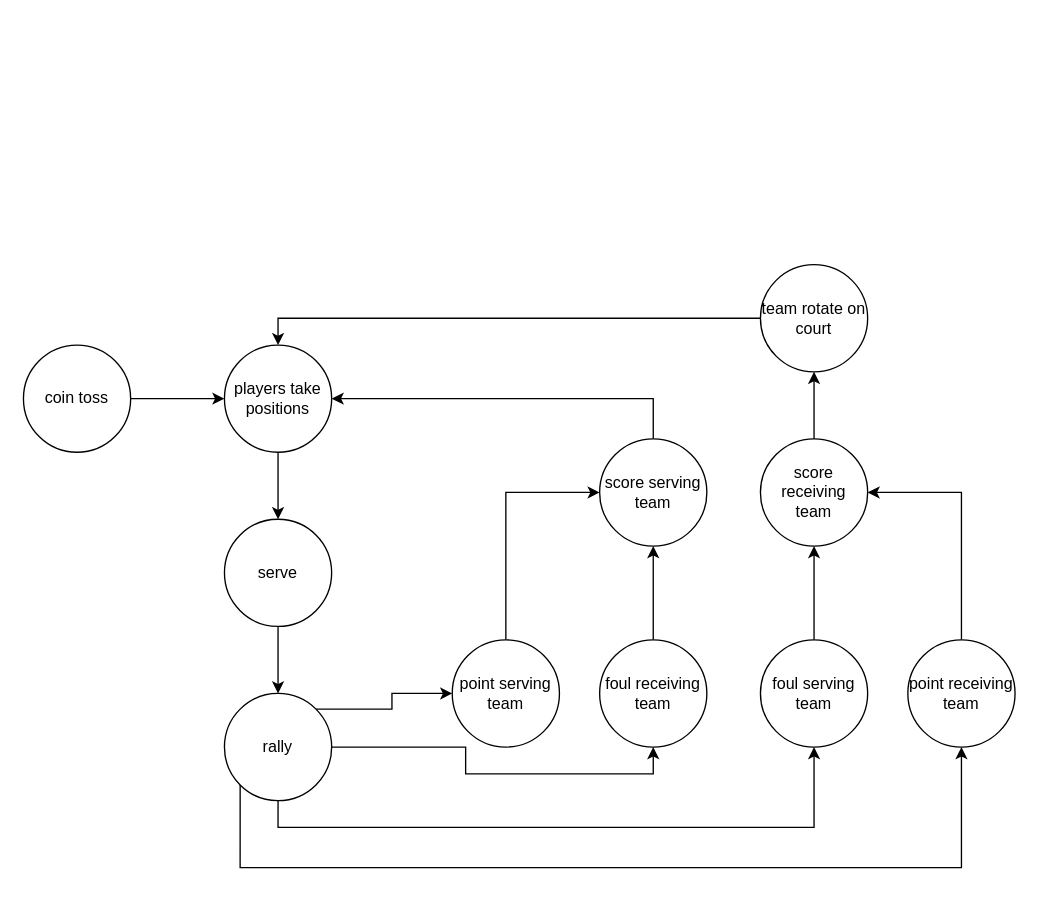
The draw.io diagram Project/Documentation/Diagrams/game.drawio in mikymaione/Folie, before the edit. Source tidied: cells renumbered, new cells numbered last; positions are measured from the earlier drawing's top-left corner, leaving out a move shared by most shapes. Both pictures are drawn from the tidied source at 134%, with x=0, y=0 at pixel (23, 264).
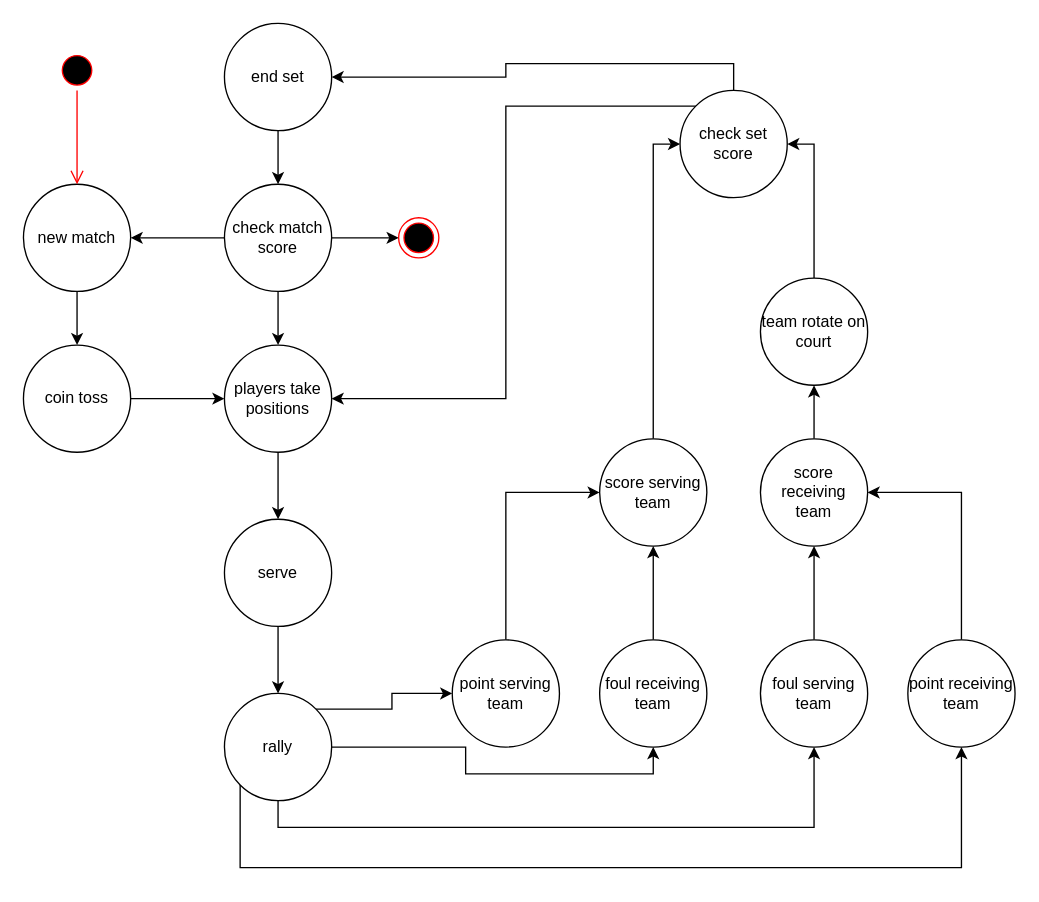
After the change.

Commit message (it also covers changes not shown here):
game diagram

Unchanged cells that the change refers to:
```xml
<mxCell id="3" value="coin toss" style="ellipse;whiteSpace=wrap;html=1;" parent="1" vertex="1">
  <mxGeometry y="60" width="80" height="80" as="geometry" />
</mxCell>
<mxCell id="5" value="players take positions" style="ellipse;whiteSpace=wrap;html=1;" parent="1" vertex="1">
  <mxGeometry x="150" y="60" width="80" height="80" as="geometry" />
</mxCell>
<mxCell id="16" value="score serving team" style="ellipse;whiteSpace=wrap;html=1;" parent="1" vertex="1">
  <mxGeometry x="430" y="130" width="80" height="80" as="geometry" />
</mxCell>
<mxCell id="17" value="score receiving team" style="ellipse;whiteSpace=wrap;html=1;" parent="1" vertex="1">
  <mxGeometry x="550" y="130" width="80" height="80" as="geometry" />
</mxCell>
```

The edit, as a diff of the source:
```diff
@@
-    <mxCell id="15" style="edgeStyle=orthogonalEdgeStyle;rounded=0;jettySize=auto;html=1;exitX=0.5;exitY=0;exitDx=0;exitDy=0;strokeColor=#000000;" parent="1" edge="1" source="16" target="5">
-      <mxGeometry relative="1" as="geometry" />
-    </mxCell>
+    <mxCell id="27" style="edgeStyle=orthogonalEdgeStyle;rounded=0;jettySize=auto;html=1;exitX=0.5;exitY=0;exitDx=0;exitDy=0;entryX=0;entryY=0.5;entryDx=0;entryDy=0;strokeColor=#000000;" parent="1" edge="1" source="16" target="35">
+      <mxGeometry relative="1" as="geometry" />
+    </mxCell>
@@
+    <mxCell id="20" style="edgeStyle=orthogonalEdgeStyle;rounded=0;jettySize=auto;html=1;exitX=0.5;exitY=0;exitDx=0;exitDy=0;entryX=0.5;entryY=1;entryDx=0;entryDy=0;strokeColor=#000000;" parent="1" edge="1" source="17" target="19">
+      <mxGeometry relative="1" as="geometry" />
+    </mxCell>
@@
-    <mxCell id="18" style="edgeStyle=orthogonalEdgeStyle;rounded=0;jettySize=auto;html=1;exitX=0;exitY=0.5;exitDx=0;exitDy=0;entryX=0.5;entryY=0;entryDx=0;entryDy=0;strokeColor=#000000;" parent="1" edge="1" source="19" target="5">
-      <mxGeometry relative="1" as="geometry" />
-    </mxCell>
+    <mxCell id="28" style="edgeStyle=orthogonalEdgeStyle;rounded=0;jettySize=auto;html=1;exitX=0.5;exitY=0;exitDx=0;exitDy=0;entryX=1;entryY=0.5;entryDx=0;entryDy=0;strokeColor=#000000;" parent="1" edge="1" source="19" target="35">
+      <mxGeometry relative="1" as="geometry" />
+    </mxCell>
     <mxCell id="19" value="team rotate on court" style="ellipse;whiteSpace=wrap;html=1;" parent="1" vertex="1">
-      <mxGeometry x="550" width="80" height="80" as="geometry" />
+      <mxGeometry x="550" y="10" width="80" height="80" as="geometry" />
     </mxCell>
-    <mxCell id="20" style="endArrow=classic;html=1;" parent="1" edge="1" source="17" target="19">
-      <mxGeometry relative="1" as="geometry" />
-    </mxCell>
@@
+    <mxCell id="29" style="edgeStyle=orthogonalEdgeStyle;rounded=0;jettySize=auto;html=1;exitX=0.5;exitY=1;exitDx=0;exitDy=0;entryX=0.5;entryY=0;entryDx=0;entryDy=0;strokeColor=#000000;" parent="1" edge="1" source="30" target="39">
+      <mxGeometry relative="1" as="geometry" />
+    </mxCell>
+    <mxCell id="30" value="end set" style="ellipse;whiteSpace=wrap;html=1;" parent="1" vertex="1">
+      <mxGeometry x="150" y="-180" width="80" height="80" as="geometry" />
+    </mxCell>
+    <mxCell id="31" style="edgeStyle=orthogonalEdgeStyle;rounded=0;jettySize=auto;html=1;exitX=0.5;exitY=1;exitDx=0;exitDy=0;entryX=0.5;entryY=0;entryDx=0;entryDy=0;strokeColor=#000000;" parent="1" edge="1" source="32" target="3">
+      <mxGeometry relative="1" as="geometry" />
+    </mxCell>
+    <mxCell id="32" value="new match" style="ellipse;whiteSpace=wrap;html=1;" parent="1" vertex="1">
+      <mxGeometry y="-60" width="80" height="80" as="geometry" />
+    </mxCell>
+    <mxCell id="33" style="edgeStyle=orthogonalEdgeStyle;rounded=0;jettySize=auto;html=1;exitX=0.5;exitY=0;exitDx=0;exitDy=0;entryX=1;entryY=0.5;entryDx=0;entryDy=0;strokeColor=#000000;" parent="1" edge="1" source="35" target="30">
+      <mxGeometry relative="1" as="geometry" />
+    </mxCell>
+    <mxCell id="34" style="edgeStyle=orthogonalEdgeStyle;rounded=0;jettySize=auto;html=1;exitX=0;exitY=0;exitDx=0;exitDy=0;entryX=1;entryY=0.5;entryDx=0;entryDy=0;strokeColor=#000000;" parent="1" edge="1" source="35" target="5">
+      <mxGeometry relative="1" as="geometry" />
+    </mxCell>
+    <mxCell id="35" value="check set score" style="ellipse;whiteSpace=wrap;html=1;" parent="1" vertex="1">
+      <mxGeometry x="490" y="-130" width="80" height="80" as="geometry" />
+    </mxCell>
+    <mxCell id="36" style="edgeStyle=orthogonalEdgeStyle;rounded=0;jettySize=auto;html=1;exitX=0;exitY=0.5;exitDx=0;exitDy=0;strokeColor=#000000;" parent="1" edge="1" source="39" target="32">
+      <mxGeometry relative="1" as="geometry" />
+    </mxCell>
+    <mxCell id="37" style="edgeStyle=orthogonalEdgeStyle;rounded=0;jettySize=auto;html=1;exitX=0.5;exitY=1;exitDx=0;exitDy=0;entryX=0.5;entryY=0;entryDx=0;entryDy=0;strokeColor=#000000;" parent="1" edge="1" source="39" target="5">
+      <mxGeometry relative="1" as="geometry" />
+    </mxCell>
+    <mxCell id="38" style="edgeStyle=orthogonalEdgeStyle;rounded=0;jettySize=auto;html=1;exitX=1;exitY=0.5;exitDx=0;exitDy=0;strokeColor=#000000;" parent="1" edge="1" source="39" target="40">
+      <mxGeometry relative="1" as="geometry" />
+    </mxCell>
+    <mxCell id="39" value="check match score" style="ellipse;whiteSpace=wrap;html=1;" parent="1" vertex="1">
+      <mxGeometry x="150" y="-60" width="80" height="80" as="geometry" />
+    </mxCell>
+    <mxCell id="40" style="ellipse;html=1;shape=endState;fillColor=#000000;strokeColor=#ff0000;" parent="1" vertex="1">
+      <mxGeometry x="280" y="-35" width="30" height="30" as="geometry" />
+    </mxCell>
+    <mxCell id="41" style="ellipse;html=1;shape=startState;fillColor=#000000;strokeColor=#ff0000;" parent="1" vertex="1">
+      <mxGeometry x="25" y="-160" width="30" height="30" as="geometry" />
+    </mxCell>
+    <mxCell id="42" style="edgeStyle=orthogonalEdgeStyle;html=1;verticalAlign=bottom;endArrow=open;endSize=8;strokeColor=#ff0000;" parent="1" edge="1" source="41" target="32">
+      <mxGeometry relative="1" as="geometry" />
+    </mxCell>
```
